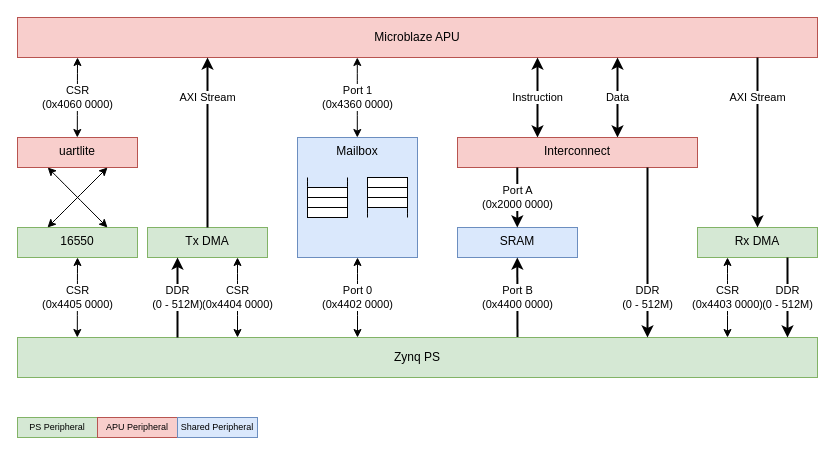
This is documentation/apu/diagrams/apu2.drawio from PrecisionWave/DexterDABModulator, a draw.io file, before an edit. Source tidied: cells renumbered, new cells numbered last; positions are measured from the earlier drawing's top-left corner, leaving out a move shared by most shapes. Both pictures are drawn from the tidied source at 100%, with x=0, y=0 at pixel (17, 17).
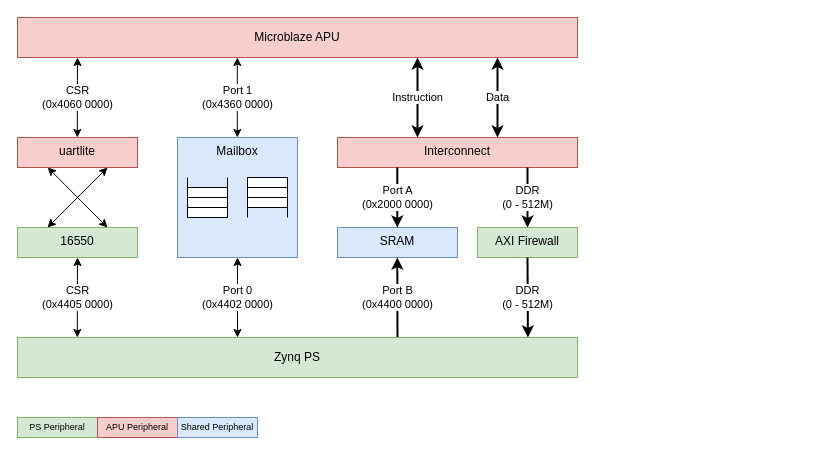
After the change.

Change to the diagram source:
```diff
@@
     <mxCell id="2" value="Mailbox" style="rounded=0;whiteSpace=wrap;html=1;fillColor=#dae8fc;strokeColor=#6c8ebf;verticalAlign=top;" parent="1" vertex="1">
-      <mxGeometry x="280" y="120" width="120" height="120" as="geometry" />
+      <mxGeometry x="160" y="120" width="120" height="120" as="geometry" />
     </mxCell>
     <mxCell id="3" style="group;" parent="1" vertex="1">
-      <mxGeometry x="350" y="160" width="40" height="40" as="geometry" />
+      <mxGeometry x="230" y="160" width="40" height="40" as="geometry" />
     </mxCell>
@@
     <mxCell id="9" style="group;direction=south;rotation=-180;" parent="1" vertex="1">
-      <mxGeometry x="290" y="160" width="40" height="40" as="geometry" />
+      <mxGeometry x="170" y="160" width="40" height="40" as="geometry" />
     </mxCell>
@@
     <mxCell id="15" value="SRAM" style="rounded=0;whiteSpace=wrap;html=1;fillColor=#dae8fc;strokeColor=#6c8ebf;verticalAlign=top;" parent="1" vertex="1">
-      <mxGeometry x="440" y="210" width="120" height="30" as="geometry" />
+      <mxGeometry x="320" y="210" width="120" height="30" as="geometry" />
     </mxCell>
     <mxCell id="16" value="Microblaze APU" style="rounded=0;whiteSpace=wrap;html=1;fillColor=#f8cecc;strokeColor=#b85450;" parent="1" vertex="1">
-      <mxGeometry width="800" height="40" as="geometry" />
+      <mxGeometry width="560" height="40" as="geometry" />
     </mxCell>
     <mxCell id="17" value="Instruction" style="edgeStyle=none;orthogonalLoop=1;jettySize=auto;html=1;rounded=0;endArrow=classic;sourcePerimeterSpacing=0;targetPerimeterSpacing=0;curved=1;endFill=1;exitX=0.25;exitY=1;exitDx=0;exitDy=0;entryX=0.25;entryY=0;entryDx=0;entryDy=0;startArrow=classic;startFill=1;strokeWidth=2;" parent="1" edge="1">
       <mxGeometry relative="1" as="geometry">
-        <mxPoint x="520" y="40" as="sourcePoint" />
-        <mxPoint x="520" y="120" as="targetPoint" />
+        <mxPoint x="400" y="40" as="sourcePoint" />
+        <mxPoint x="400" y="120" as="targetPoint" />
       </mxGeometry>
     </mxCell>
     <mxCell id="18" value="Data" style="edgeStyle=none;orthogonalLoop=1;jettySize=auto;html=1;rounded=0;endArrow=classic;sourcePerimeterSpacing=0;targetPerimeterSpacing=0;curved=1;endFill=1;entryX=0.75;entryY=1;entryDx=0;entryDy=0;exitX=0.75;exitY=0;exitDx=0;exitDy=0;startArrow=classic;startFill=1;strokeWidth=2;" parent="1" edge="1">
       <mxGeometry relative="1" as="geometry">
-        <mxPoint x="600" y="120" as="sourcePoint" />
-        <mxPoint x="600" y="40" as="targetPoint" />
+        <mxPoint x="480" y="120" as="sourcePoint" />
+        <mxPoint x="480" y="40" as="targetPoint" />
       </mxGeometry>
     </mxCell>
     <mxCell id="19" value="Port 1&lt;br&gt;(0x4360 0000)" style="edgeStyle=none;orthogonalLoop=1;jettySize=auto;html=1;rounded=0;endArrow=classic;sourcePerimeterSpacing=0;targetPerimeterSpacing=0;curved=1;endFill=1;exitX=0.25;exitY=1;exitDx=0;exitDy=0;entryX=0.25;entryY=0;entryDx=0;entryDy=0;startArrow=classic;startFill=1;" parent="1" edge="1">
       <mxGeometry relative="1" as="geometry">
-        <mxPoint x="339.8" y="40" as="sourcePoint" />
-        <mxPoint x="339.8" y="120" as="targetPoint" />
+        <mxPoint x="219.8" y="40" as="sourcePoint" />
+        <mxPoint x="219.8" y="120" as="targetPoint" />
       </mxGeometry>
     </mxCell>
     <mxCell id="20" value="Port B&lt;br&gt;(0x4400 0000)" style="edgeStyle=none;orthogonalLoop=1;jettySize=auto;html=1;rounded=0;endArrow=classic;sourcePerimeterSpacing=0;targetPerimeterSpacing=0;curved=1;endFill=1;strokeWidth=2;" parent="1" edge="1">
       <mxGeometry relative="1" as="geometry">
-        <mxPoint x="500" y="320" as="sourcePoint" />
-        <mxPoint x="499.8" y="240" as="targetPoint" />
+        <mxPoint x="380" y="320" as="sourcePoint" />
+        <mxPoint x="379.8" y="240" as="targetPoint" />
       </mxGeometry>
     </mxCell>
     <mxCell id="21" value="Interconnect" style="rounded=0;whiteSpace=wrap;html=1;fillColor=#f8cecc;strokeColor=#b85450;verticalAlign=top;" parent="1" vertex="1">
-      <mxGeometry x="440" y="120" width="240" height="30" as="geometry" />
+      <mxGeometry x="320" y="120" width="240" height="30" as="geometry" />
     </mxCell>
     <mxCell id="22" value="Zynq PS" style="rounded=0;whiteSpace=wrap;html=1;fillColor=#d5e8d4;strokeColor=#82b366;" parent="1" vertex="1">
-      <mxGeometry y="320" width="800" height="40" as="geometry" />
+      <mxGeometry y="320" width="560" height="40" as="geometry" />
     </mxCell>
     <mxCell id="23" value="Port A&lt;br&gt;(0x2000 0000)" style="edgeStyle=none;orthogonalLoop=1;jettySize=auto;html=1;rounded=0;endArrow=classic;sourcePerimeterSpacing=0;targetPerimeterSpacing=0;curved=1;endFill=1;strokeWidth=2;" parent="1" edge="1">
       <mxGeometry relative="1" as="geometry">
-        <mxPoint x="499.8" y="150" as="sourcePoint" />
-        <mxPoint x="499.8" y="210" as="targetPoint" />
+        <mxPoint x="379.8" y="150" as="sourcePoint" />
+        <mxPoint x="379.8" y="210" as="targetPoint" />
       </mxGeometry>
     </mxCell>
-    <mxCell id="24" value="DDR&lt;br&gt;(0 - 512M)" style="edgeStyle=none;orthogonalLoop=1;jettySize=auto;html=1;rounded=0;endArrow=classic;sourcePerimeterSpacing=0;targetPerimeterSpacing=0;curved=1;endFill=1;strokeWidth=2;startArrow=none;startFill=0;" parent="1" edge="1">
-      <mxGeometry x="0.53" relative="1" as="geometry">
-        <mxPoint x="630" y="150" as="sourcePoint" />
-        <mxPoint x="630" y="320" as="targetPoint" />
+    <mxCell id="24" value="DDR&lt;br&gt;(0 - 512M)" style="edgeStyle=none;jettySize=auto;html=1;rounded=0;endArrow=classic;sourcePerimeterSpacing=0;targetPerimeterSpacing=0;curved=1;endFill=1;strokeWidth=2;startArrow=none;startFill=0;" parent="1" edge="1" target="43">
+      <mxGeometry relative="1" as="geometry">
+        <mxPoint x="510" y="150" as="sourcePoint" />
       </mxGeometry>
     </mxCell>
-    <mxCell id="25" value="Tx DMA" style="rounded=0;whiteSpace=wrap;html=1;fillColor=#d5e8d4;strokeColor=#82b366;verticalAlign=top;" parent="1" vertex="1">
-      <mxGeometry x="130" y="210" width="120" height="30" as="geometry" />
-    </mxCell>
-    <mxCell id="26" value="CSR&lt;br&gt;(0x4404 0000)" style="edgeStyle=none;orthogonalLoop=1;jettySize=auto;html=1;rounded=0;endArrow=classic;sourcePerimeterSpacing=0;targetPerimeterSpacing=0;curved=1;endFill=1;startArrow=classic;startFill=1;" parent="1" edge="1">
-      <mxGeometry relative="1" as="geometry">
-        <mxPoint x="220" y="240" as="sourcePoint" />
-        <mxPoint x="220" y="320" as="targetPoint" />
-      </mxGeometry>
-    </mxCell>
-    <mxCell id="27" value="DDR&lt;br&gt;(0 - 512M)" style="edgeStyle=none;orthogonalLoop=1;jettySize=auto;html=1;rounded=0;endArrow=none;sourcePerimeterSpacing=0;targetPerimeterSpacing=0;curved=1;endFill=0;startArrow=classic;startFill=1;strokeWidth=2;" parent="1" edge="1">
-      <mxGeometry relative="1" as="geometry">
-        <mxPoint x="160" y="240" as="sourcePoint" />
-        <mxPoint x="160" y="320" as="targetPoint" />
-      </mxGeometry>
-    </mxCell>
-    <mxCell id="28" value="Rx DMA" style="rounded=0;whiteSpace=wrap;html=1;fillColor=#d5e8d4;strokeColor=#82b366;verticalAlign=top;" parent="1" vertex="1">
-      <mxGeometry x="680" y="210" width="120" height="30" as="geometry" />
-    </mxCell>
-    <mxCell id="29" value="CSR&lt;br&gt;(0x4403 0000)" style="edgeStyle=none;orthogonalLoop=1;jettySize=auto;html=1;rounded=0;endArrow=classic;sourcePerimeterSpacing=0;targetPerimeterSpacing=0;curved=1;endFill=1;startArrow=classic;startFill=1;" parent="1" edge="1">
-      <mxGeometry relative="1" as="geometry">
-        <mxPoint x="710" y="240" as="sourcePoint" />
-        <mxPoint x="710" y="320" as="targetPoint" />
-      </mxGeometry>
-    </mxCell>
-    <mxCell id="30" value="DDR&lt;br&gt;(0 - 512M)" style="edgeStyle=none;orthogonalLoop=1;jettySize=auto;html=1;rounded=0;endArrow=classic;sourcePerimeterSpacing=0;targetPerimeterSpacing=0;curved=1;endFill=1;startArrow=none;startFill=0;strokeWidth=2;" parent="1" edge="1">
-      <mxGeometry relative="1" as="geometry">
-        <mxPoint x="770" y="240" as="sourcePoint" />
-        <mxPoint x="770" y="320" as="targetPoint" />
-      </mxGeometry>
-    </mxCell>
-    <mxCell id="31" value="AXI Stream" style="edgeStyle=none;jettySize=auto;html=1;rounded=0;endArrow=none;sourcePerimeterSpacing=0;targetPerimeterSpacing=0;curved=1;endFill=0;startArrow=classic;startFill=1;exitX=0.5;exitY=0;exitDx=0;exitDy=0;strokeWidth=2;" parent="1" edge="1" source="28">
-      <mxGeometry x="0.53" relative="1" as="geometry">
-        <mxPoint x="740" y="40" as="targetPoint" />
-      </mxGeometry>
-    </mxCell>
     <mxCell id="32" value="Port 0&lt;br&gt;(0x4402 0000)" style="edgeStyle=none;orthogonalLoop=1;jettySize=auto;html=1;rounded=0;endArrow=classic;sourcePerimeterSpacing=0;targetPerimeterSpacing=0;curved=1;endFill=1;startArrow=classic;startFill=1;" parent="1" edge="1">
       <mxGeometry relative="1" as="geometry">
-        <mxPoint x="340" y="240" as="sourcePoint" />
-        <mxPoint x="340" y="320" as="targetPoint" />
+        <mxPoint x="220" y="240" as="sourcePoint" />
+        <mxPoint x="220" y="320" as="targetPoint" />
       </mxGeometry>
     </mxCell>
@@
-    <mxCell id="37" value="AXI Stream" style="edgeStyle=none;jettySize=auto;html=1;rounded=0;endArrow=none;sourcePerimeterSpacing=0;targetPerimeterSpacing=0;curved=1;endFill=0;startArrow=classic;startFill=1;entryX=0.5;entryY=0;entryDx=0;entryDy=0;strokeWidth=2;" parent="1" edge="1" target="25">
-      <mxGeometry x="-0.53" relative="1" as="geometry">
-        <mxPoint x="190" y="40" as="sourcePoint" />
-      </mxGeometry>
-    </mxCell>
@@
+    <mxCell id="43" value="AXI Firewall" style="rounded=0;whiteSpace=wrap;html=1;fillColor=#d5e8d4;strokeColor=#82b366;verticalAlign=top;" parent="1" vertex="1">
+      <mxGeometry x="460" y="210" width="100" height="30" as="geometry" />
+    </mxCell>
+    <mxCell id="44" value="DDR&lt;br&gt;(0 - 512M)" style="edgeStyle=none;jettySize=auto;html=1;rounded=0;endArrow=classic;sourcePerimeterSpacing=0;targetPerimeterSpacing=0;curved=1;endFill=1;strokeWidth=2;startArrow=none;startFill=0;exitX=0.5;exitY=1;exitDx=0;exitDy=0;entryX=0.788;entryY=0;entryDx=0;entryDy=0;entryPerimeter=0;" parent="1" edge="1" source="43">
+      <mxGeometry relative="1" as="geometry">
+        <mxPoint x="510.4" y="320" as="targetPoint" />
+      </mxGeometry>
+    </mxCell>
```
